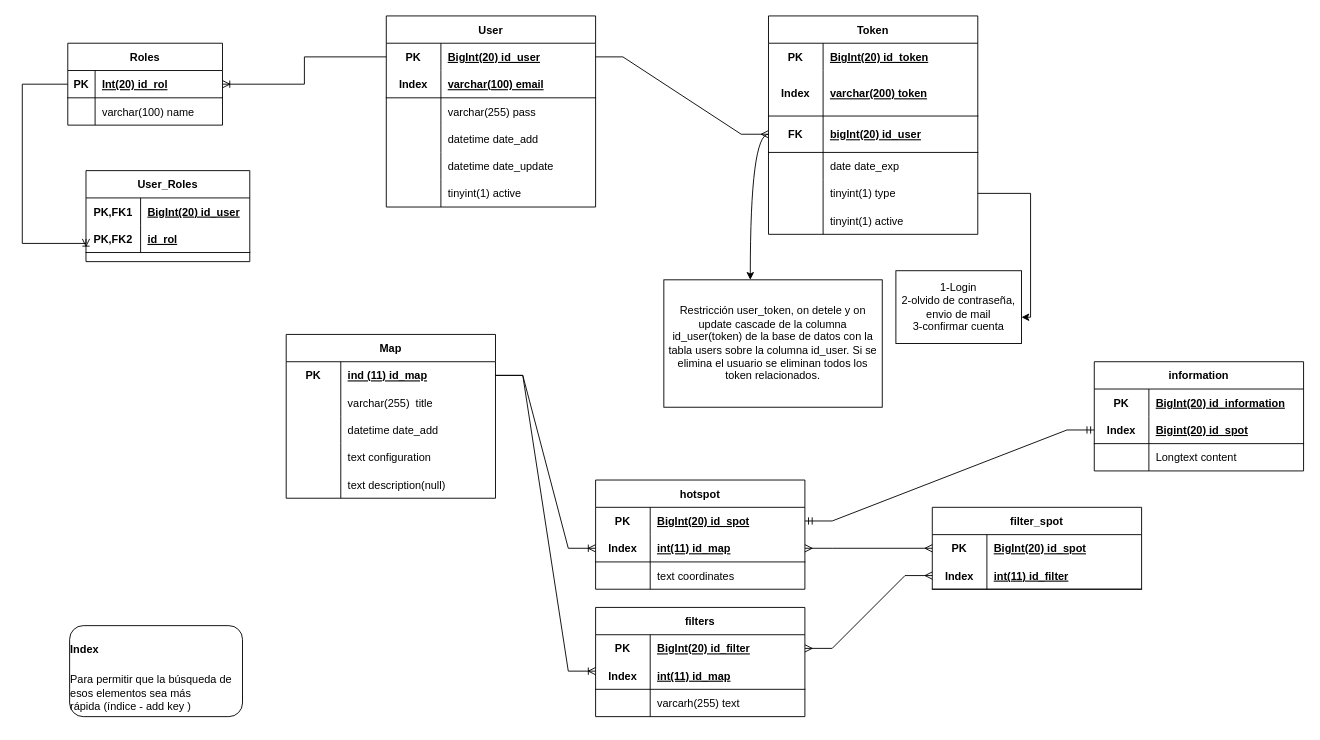
This is database/Mapflet.drawio from C1b3r/easymap, a draw.io file, before an edit. Source tidied: cells renumbered, new cells numbered last; positions are measured from the earlier drawing's top-left corner, leaving out a move shared by most shapes. Both pictures are drawn from the tidied source at 91%, with x=0, y=0 at pixel (22, 15).
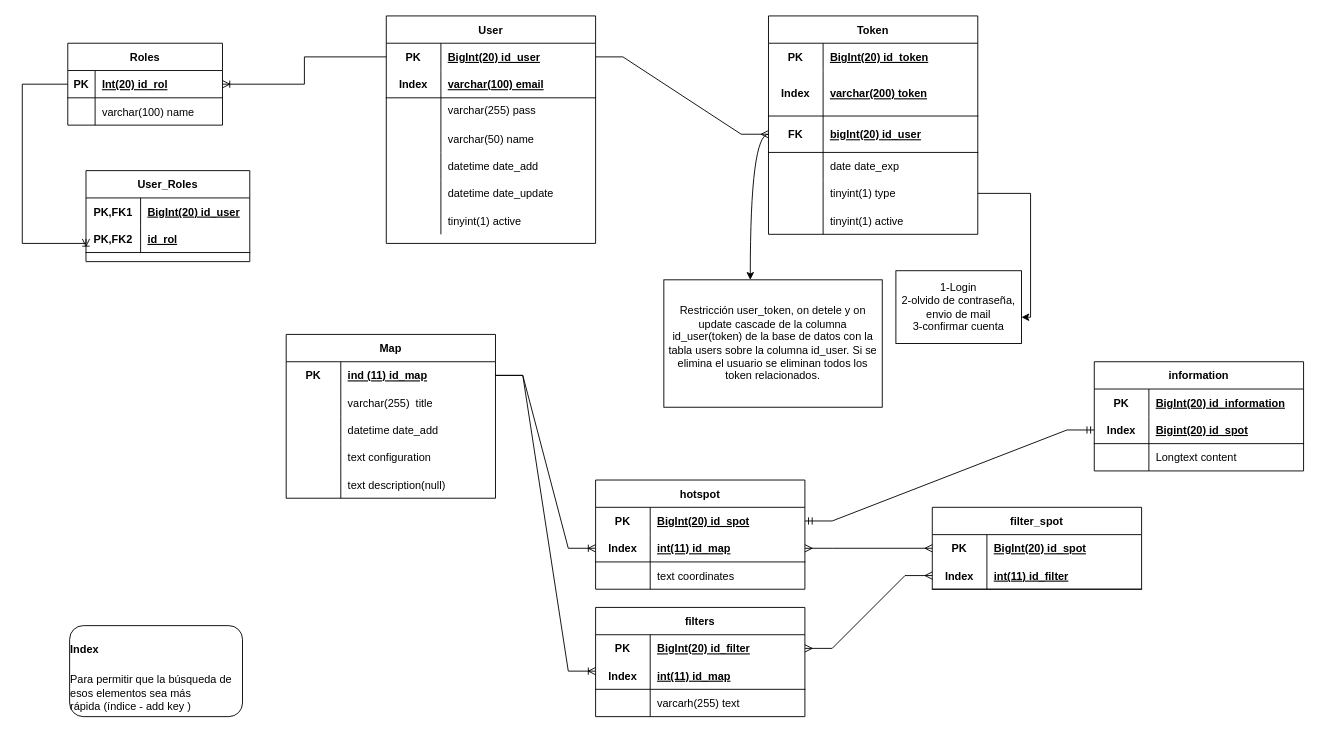
The same diagram, later.

The change refers to these unchanged cells:
```xml
<mxCell id="9" style="shape=partialRectangle;fillColor=none;top=0;left=0;bottom=0;right=0;" parent="2" vertex="1">
  <mxGeometry y="90" width="230" height="30" as="geometry" />
</mxCell>
```

Diff of the diagram source:
```diff
@@
     <mxCell id="2" value="User" style="shape=table;startSize=30;childLayout=tableLayout;rowLines=0;fontStyle=1;align=center;" parent="1" vertex="1">
-      <mxGeometry x="400" width="230" height="210" as="geometry" />
+      <mxGeometry x="400" width="230" height="250" as="geometry" />
     </mxCell>
@@
-    <mxCell id="11" value="varchar(255) pass" style="shape=partialRectangle;fillColor=none;top=0;left=0;bottom=0;right=0;align=left;spacingLeft=6;overflow=hidden;" parent="9" vertex="1">
+    <mxCell id="11" value="varchar(255) pass" style="shape=partialRectangle;fillColor=none;top=0;left=0;bottom=0;right=0;align=left;spacingLeft=6;overflow=hidden;verticalAlign=top;" parent="9" vertex="1">
       <mxGeometry x="60" width="170" height="30" as="geometry" />
     </mxCell>
+    <mxCell id="120" style="shape=partialRectangle;fillColor=none;top=0;left=0;bottom=0;right=0;" parent="2" vertex="1">
+      <mxGeometry y="120" width="230" height="30" as="geometry" />
+    </mxCell>
+    <mxCell id="121" style="shape=partialRectangle;fillColor=none;top=0;left=0;bottom=0;right=0;overflow=hidden;" parent="120" vertex="1">
+      <mxGeometry width="60" height="30" as="geometry" />
+    </mxCell>
+    <mxCell id="122" value="varchar(50) name" style="shape=partialRectangle;fillColor=none;top=0;left=0;bottom=0;right=0;align=left;spacingLeft=6;overflow=hidden;" parent="120" vertex="1">
+      <mxGeometry x="60" width="170" height="30" as="geometry" />
+    </mxCell>
     <mxCell id="12" style="shape=partialRectangle;fillColor=none;top=0;left=0;bottom=0;right=0;" parent="2" vertex="1">
-      <mxGeometry y="120" width="230" height="30" as="geometry" />
+      <mxGeometry y="150" width="230" height="30" as="geometry" />
     </mxCell>
@@
     <mxCell id="15" style="shape=partialRectangle;fillColor=none;top=0;left=0;bottom=0;right=0;" parent="2" vertex="1">
-      <mxGeometry y="150" width="230" height="30" as="geometry" />
+      <mxGeometry y="180" width="230" height="30" as="geometry" />
     </mxCell>
@@
     <mxCell id="18" style="shape=partialRectangle;fillColor=none;top=0;left=0;bottom=0;right=0;" parent="2" vertex="1">
-      <mxGeometry y="180" width="230" height="30" as="geometry" />
+      <mxGeometry y="210" width="230" height="30" as="geometry" />
     </mxCell>
```
